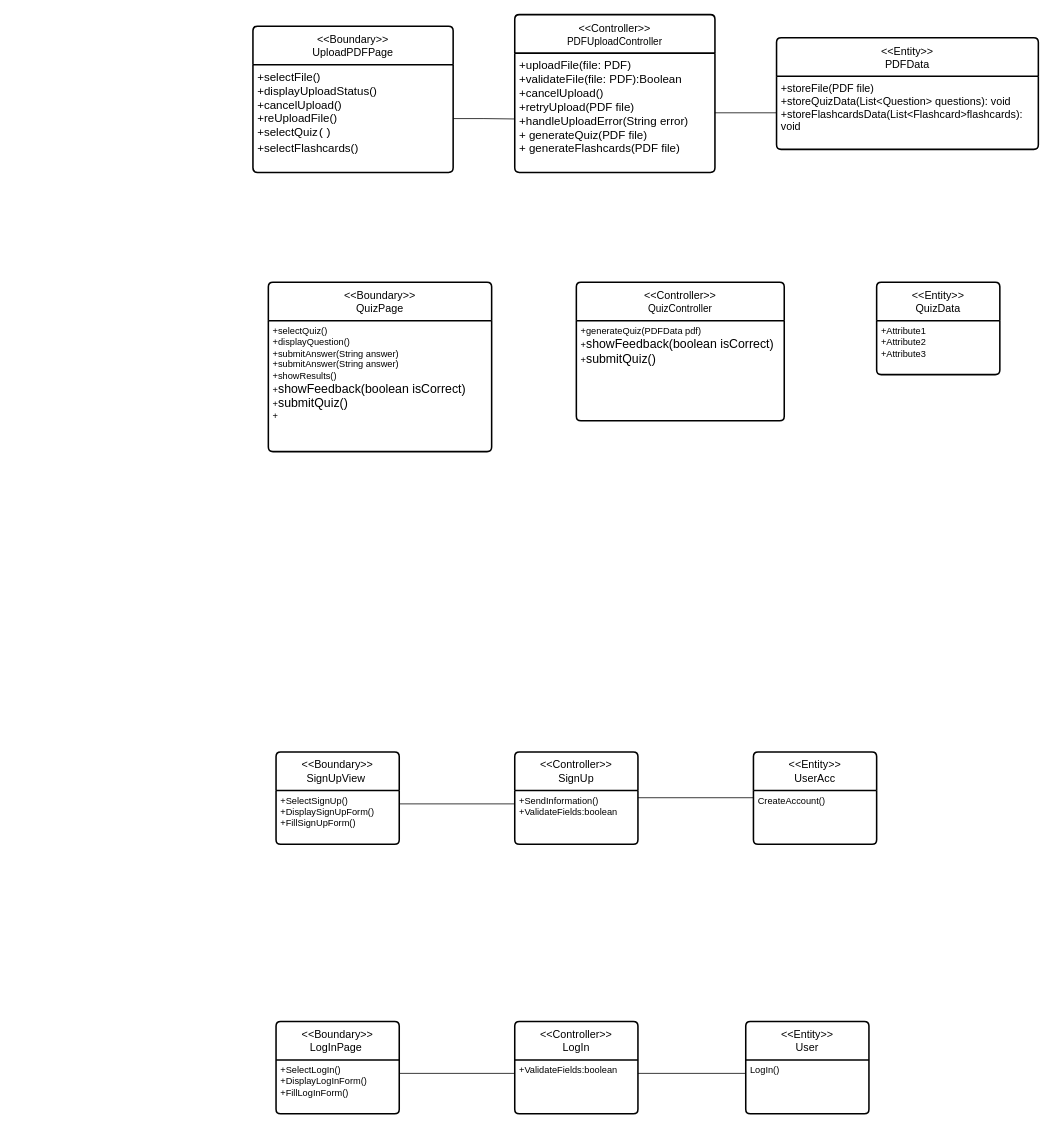
Above: analysis.drawio in RaghadQi1/ProFound (draw.io), before the change. Source tidied: cells renumbered, new cells numbered last; positions are measured from the earlier drawing's top-left corner, leaving out a move shared by most shapes. Both pictures are drawn from the tidied source at 77%, with x=0, y=0 at pixel (253, 14).
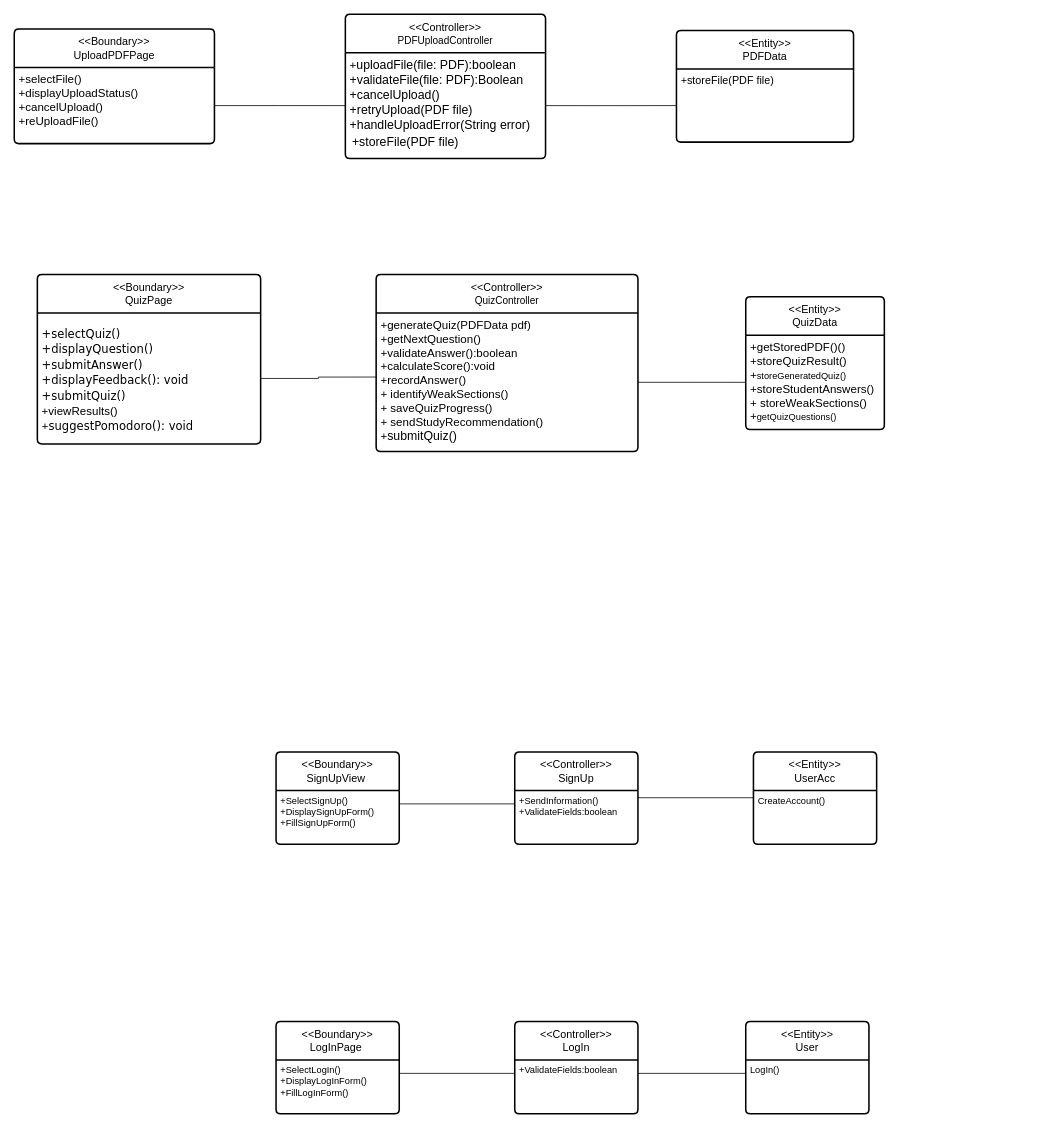
Above is the later version.

Change to the diagram source:
```diff
@@
     <mxCell id="2" value="&amp;lt;&amp;lt;Boundary&amp;gt;&amp;gt;&lt;div&gt;UploadPDFPage&lt;/div&gt;" style="swimlane;horizontal=1;startSize=50;rounded=1;fontSize=14;fontStyle=0;strokeWidth=2;shadow=0;align=center;arcSize=4;whiteSpace=wrap;html=1;" parent="1" vertex="1">
-      <mxGeometry y="15.5" width="260" height="190" as="geometry" />
+      <mxGeometry x="-310" y="19.2" width="260" height="148.8" as="geometry" />
     </mxCell>
-    <mxCell id="3" value="&lt;font style=&quot;font-size: 15px;&quot;&gt;+selectFile()&lt;br&gt;+displayUploadStatus()&lt;br&gt;+cancelUpload()&lt;/font&gt;&lt;div&gt;&lt;font style=&quot;font-size: 15px;&quot;&gt;+reUploadFile()&lt;br&gt;&lt;/font&gt;&lt;/div&gt;&lt;div&gt;&lt;font style=&quot;font-size: 15px;&quot;&gt;&lt;font&gt;+selectQuiz&lt;code&gt;()&lt;/code&gt;&lt;/font&gt;&lt;br&gt;&lt;/font&gt;&lt;/div&gt;&lt;div&gt;&lt;font style=&quot;font-size: 15px;&quot;&gt;+selectFlashcards()&lt;/font&gt;&lt;br&gt;&lt;/div&gt;&lt;div&gt;&lt;font style=&quot;font-size: 16px;&quot;&gt;&lt;code&gt;&lt;font face=&quot;Verdana&quot;&gt;&lt;br&gt;&lt;/font&gt;&lt;/code&gt;&lt;/font&gt;&lt;/div&gt;&lt;div&gt;&lt;font style=&quot;font-size: 16px;&quot;&gt;&lt;code&gt;&lt;br&gt;&lt;/code&gt;&lt;/font&gt;&lt;/div&gt;" style="align=left;strokeColor=none;fillColor=none;spacingLeft=4;spacingRight=4;fontSize=12;verticalAlign=top;html=1;whiteSpace=wrap;" parent="2" vertex="1">
-      <mxGeometry y="50" width="260" height="140" as="geometry" />
+    <mxCell id="3" value="&lt;font style=&quot;font-size: 15px;&quot;&gt;+selectFile()&lt;br&gt;+displayUploadStatus()&lt;br&gt;+cancelUpload()&lt;/font&gt;&lt;div&gt;&lt;font style=&quot;font-size: 15px;&quot;&gt;+reUploadFile()&lt;br&gt;&lt;/font&gt;&lt;/div&gt;&lt;div&gt;&lt;br&gt;&lt;/div&gt;&lt;div&gt;&lt;br&gt;&lt;/div&gt;&lt;div&gt;&lt;br&gt;&lt;/div&gt;&lt;div&gt;&lt;font style=&quot;font-size: 16px;&quot;&gt;&lt;code&gt;&lt;font face=&quot;Verdana&quot;&gt;&lt;br&gt;&lt;/font&gt;&lt;/code&gt;&lt;/font&gt;&lt;/div&gt;&lt;div&gt;&lt;font style=&quot;font-size: 16px;&quot;&gt;&lt;code&gt;&lt;br&gt;&lt;/code&gt;&lt;/font&gt;&lt;/div&gt;" style="align=left;strokeColor=none;fillColor=none;spacingLeft=4;spacingRight=4;fontSize=12;verticalAlign=top;html=1;whiteSpace=wrap;" parent="2" vertex="1">
+      <mxGeometry y="50" width="260" height="98.8" as="geometry" />
     </mxCell>
@@
+    <mxCell id="34" style="edgeStyle=orthogonalEdgeStyle;rounded=0;orthogonalLoop=1;jettySize=auto;html=1;exitX=0.5;exitY=1;exitDx=0;exitDy=0;" parent="2" edge="1" source="3" target="3">
+      <mxGeometry relative="1" as="geometry" />
+    </mxCell>
+    <mxCell id="35" style="edgeStyle=orthogonalEdgeStyle;rounded=0;orthogonalLoop=1;jettySize=auto;html=1;exitX=0.5;exitY=1;exitDx=0;exitDy=0;" parent="2" edge="1" source="3" target="3">
+      <mxGeometry relative="1" as="geometry" />
+    </mxCell>
     <mxCell id="5" value="&amp;lt;&amp;lt;Controller&amp;gt;&amp;gt;&lt;div&gt;&lt;span style=&quot;text-align: start;&quot;&gt;&lt;font style=&quot;font-size: 13px;&quot;&gt;PDFUploadController&lt;/font&gt;&lt;/span&gt;&lt;/div&gt;" style="swimlane;horizontal=1;startSize=50;rounded=1;fontSize=14;fontStyle=0;strokeWidth=2;shadow=0;dashed=0;align=center;arcSize=4;whiteSpace=wrap;html=1;" parent="1" vertex="1">
-      <mxGeometry x="340" y="0.5" width="260" height="205" as="geometry" />
+      <mxGeometry x="120" y="-0.1" width="260" height="187.5" as="geometry" />
     </mxCell>
-    <mxCell id="6" value="&lt;font style=&quot;font-size: 15px;&quot;&gt;&lt;font&gt;+uploadFile(file: PDF)&lt;/font&gt;&lt;br&gt;&lt;font&gt;+validateFile(file: PDF):Boolean&lt;/font&gt;&lt;br&gt;&lt;/font&gt;&lt;div&gt;&lt;font style=&quot;font-size: 15px;&quot;&gt;+cancelUpload()&lt;/font&gt;&lt;/div&gt;&lt;div&gt;&lt;font style=&quot;font-size: 15px;&quot;&gt;+retryUpload(PDF file)&lt;/font&gt;&lt;/div&gt;&lt;div&gt;&lt;font style=&quot;font-size: 15px;&quot;&gt;+handleUploadError(String error)&lt;/font&gt;&lt;/div&gt;&lt;div&gt;&lt;font style=&quot;font-size: 15px;&quot;&gt;+&amp;nbsp;generateQuiz(PDF file)&lt;/font&gt;&lt;/div&gt;&lt;div&gt;&lt;font style=&quot;font-size: 15px;&quot;&gt;+&amp;nbsp;generateFlashcards(PDF file)&lt;br&gt;&lt;/font&gt;&lt;div&gt;&lt;span style=&quot;font-size: medium;&quot;&gt;&lt;br&gt;&lt;/span&gt;&lt;/div&gt;&lt;/div&gt;" style="align=left;strokeColor=none;fillColor=none;spacingLeft=4;spacingRight=4;fontSize=12;verticalAlign=top;html=1;whiteSpace=wrap;" parent="5" vertex="1">
-      <mxGeometry y="50" width="260" height="155" as="geometry" />
+    <mxCell id="6" value="&lt;font&gt;&lt;font&gt;&lt;span style=&quot;font-size: 15px;&quot;&gt;+&lt;/span&gt;&lt;font style=&quot;font-size: 16px;&quot;&gt;uploadFile(file: PDF):boolean&lt;/font&gt;&lt;/font&gt;&lt;font style=&quot;font-size: 16px;&quot;&gt;&lt;br&gt;&lt;font&gt;+validateFile(file: PDF):Boolean&lt;/font&gt;&lt;br&gt;&lt;/font&gt;&lt;/font&gt;&lt;div&gt;&lt;font style=&quot;font-size: 16px;&quot;&gt;+cancelUpload()&lt;/font&gt;&lt;/div&gt;&lt;div&gt;&lt;font style=&quot;font-size: 16px;&quot;&gt;+retryUpload(PDF file)&lt;/font&gt;&lt;/div&gt;&lt;div&gt;&lt;font style=&quot;font-size: 16px;&quot;&gt;+handleUploadError(String error)&lt;/font&gt;&lt;/div&gt;&lt;table&gt;&lt;tbody&gt;&lt;tr&gt;&lt;td&gt;&lt;code&gt;&lt;font style=&quot;font-size: 16px;&quot; face=&quot;Helvetica&quot;&gt;+storeFile(PDF file)&lt;/font&gt;&lt;/code&gt;&lt;/td&gt;&lt;/tr&gt;&lt;/tbody&gt;&lt;/table&gt;&lt;div&gt;&lt;div&gt;&lt;span style=&quot;font-size: medium;&quot;&gt;&lt;br&gt;&lt;/span&gt;&lt;/div&gt;&lt;/div&gt;" style="align=left;strokeColor=none;fillColor=none;spacingLeft=4;spacingRight=4;fontSize=12;verticalAlign=top;html=1;whiteSpace=wrap;" parent="5" vertex="1">
+      <mxGeometry y="50" width="260" height="137.5" as="geometry" />
     </mxCell>
     <mxCell id="7" value="&amp;lt;&amp;lt;Entity&amp;gt;&amp;gt;&lt;div&gt;&lt;span style=&quot;text-align: start;&quot;&gt;PDFData&lt;/span&gt;&lt;/div&gt;" style="swimlane;horizontal=1;startSize=50;rounded=1;fontSize=14;fontStyle=0;strokeWidth=2;shadow=0;dashed=0;align=center;arcSize=4;whiteSpace=wrap;html=1;" parent="1" vertex="1">
-      <mxGeometry x="680" y="30.5" width="340" height="145" as="geometry" />
+      <mxGeometry x="550" y="21.1" width="230" height="145" as="geometry" />
     </mxCell>
-    <mxCell id="8" value="&lt;font style=&quot;font-size: 14px;&quot;&gt;+storeFile(PDF file)&lt;br&gt;+storeQuizData(List&amp;lt;Question&amp;gt; questions): void&lt;br&gt;+storeFlashcardsData(List&amp;lt;Flashcard&amp;gt;flashcards): void&lt;/font&gt;" style="align=left;strokeColor=none;fillColor=none;spacingLeft=4;spacingRight=4;fontSize=12;verticalAlign=top;html=1;whiteSpace=wrap;" parent="7" vertex="1">
-      <mxGeometry y="50" width="340" height="95" as="geometry" />
+    <mxCell id="8" value="&lt;font style=&quot;font-size: 14px;&quot;&gt;+storeFile(PDF file)&lt;br&gt;&lt;/font&gt;" style="align=left;strokeColor=none;fillColor=none;spacingLeft=4;spacingRight=4;fontSize=12;verticalAlign=top;html=1;whiteSpace=wrap;" parent="7" vertex="1">
+      <mxGeometry y="50" width="230" height="95" as="geometry" />
     </mxCell>
@@
+    <mxCell id="36" style="edgeStyle=orthogonalEdgeStyle;rounded=0;orthogonalLoop=1;jettySize=auto;html=1;exitX=0.5;exitY=1;exitDx=0;exitDy=0;" parent="7" edge="1" source="8" target="8">
+      <mxGeometry relative="1" as="geometry" />
+    </mxCell>
@@
-    <mxCell id="11" style="edgeStyle=orthogonalEdgeStyle;rounded=0;jettySize=auto;html=1;exitX=1;exitY=0.5;exitDx=0;exitDy=0;entryX=-0.001;entryY=0.534;entryDx=0;entryDy=0;entryPerimeter=0;endArrow=none;startFill=0;" parent="1" edge="1" source="3" target="6">
-      <mxGeometry relative="1" as="geometry">
-        <Array as="points">
-          <mxPoint x="300" y="136" />
-          <mxPoint x="340" y="136" />
-        </Array>
-      </mxGeometry>
-    </mxCell>
     <mxCell id="12" value="&amp;lt;&amp;lt;Boundary&amp;gt;&amp;gt;&lt;div&gt;QuizPage&lt;/div&gt;" style="swimlane;horizontal=1;startSize=50;rounded=1;fontSize=14;fontStyle=0;strokeWidth=2;shadow=0;dashed=0;align=center;arcSize=4;whiteSpace=wrap;html=1;" parent="1" vertex="1">
-      <mxGeometry x="20" y="348" width="290" height="220" as="geometry" />
+      <mxGeometry x="-280" y="338" width="290" height="220" as="geometry" />
     </mxCell>
-    <mxCell id="13" value="+selectQuiz()&lt;br&gt;+displayQuestion()&lt;br&gt;+submitAnswer(String answer)&lt;div&gt;+submitAnswer(String answer)&lt;/div&gt;&lt;div&gt;+showResults()&lt;/div&gt;+&lt;span style=&quot;font-size: medium;&quot;&gt;showFeedback(boolean isCorrect)&lt;/span&gt;&lt;br&gt;+&lt;span style=&quot;font-size: medium;&quot;&gt;submitQuiz()&lt;/span&gt;&lt;div&gt;+&lt;br&gt;&lt;div&gt;&lt;br&gt;&lt;/div&gt;&lt;/div&gt;" style="align=left;strokeColor=none;fillColor=none;spacingLeft=4;spacingRight=4;fontSize=12;verticalAlign=top;html=1;whiteSpace=wrap;" parent="12" vertex="1">
+    <mxCell id="13" value="&lt;pre&gt;&lt;font style=&quot;font-size: 15px;&quot;&gt;&lt;font face=&quot;Verdana&quot;&gt;+selectQuiz()&lt;br&gt;&lt;/font&gt;&lt;font face=&quot;Verdana&quot;&gt;+displayQuestion()&lt;br&gt;&lt;/font&gt;&lt;font face=&quot;Verdana&quot;&gt;&lt;font&gt;+submitAnswer()&lt;br&gt;&lt;/font&gt;&lt;/font&gt;&lt;font face=&quot;Verdana&quot;&gt;&lt;font&gt;+displayFeedback(): void&lt;br&gt;&lt;/font&gt;&lt;/font&gt;&lt;font face=&quot;Verdana&quot;&gt;&lt;font&gt;+submitQuiz()&lt;br&gt;&lt;/font&gt;&lt;/font&gt;&lt;code&gt;&lt;font face=&quot;Helvetica&quot;&gt;+viewResults()&lt;/font&gt;&lt;font face=&quot;Verdana&quot;&gt;&lt;br&gt;&lt;/font&gt;&lt;/code&gt;&lt;font face=&quot;Verdana&quot;&gt;&lt;code&gt;+&lt;/code&gt;suggestPomodoro(): void&lt;/font&gt;&lt;/font&gt;&lt;/pre&gt;&lt;div&gt;&lt;div&gt;&lt;div&gt;&lt;br&gt;&lt;/div&gt;&lt;/div&gt;&lt;/div&gt;" style="align=left;strokeColor=none;fillColor=none;spacingLeft=4;spacingRight=4;fontSize=12;verticalAlign=top;html=1;whiteSpace=wrap;" parent="12" vertex="1">
       <mxGeometry y="50" width="290" height="170" as="geometry" />
     </mxCell>
     <mxCell id="14" value="&amp;lt;&amp;lt;Controller&amp;gt;&amp;gt;&lt;div&gt;&lt;span style=&quot;text-align: start;&quot;&gt;&lt;font style=&quot;font-size: 13px;&quot;&gt;QuizController&lt;/font&gt;&lt;/span&gt;&lt;/div&gt;" style="swimlane;horizontal=1;startSize=50;rounded=1;fontSize=14;fontStyle=0;strokeWidth=2;shadow=0;dashed=0;align=center;arcSize=4;whiteSpace=wrap;html=1;" parent="1" vertex="1">
-      <mxGeometry x="420" y="348" width="270" height="180" as="geometry" />
+      <mxGeometry x="160" y="338" width="340" height="230" as="geometry" />
     </mxCell>
-    <mxCell id="15" value="+generateQuiz(PDFData pdf)&lt;br&gt;+&lt;span style=&quot;font-size: medium;&quot;&gt;showFeedback(boolean isCorrect)&lt;/span&gt;&lt;br&gt;+&lt;span style=&quot;font-size: medium;&quot;&gt;submitQuiz()&lt;/span&gt;" style="align=left;strokeColor=none;fillColor=none;spacingLeft=4;spacingRight=4;fontSize=12;verticalAlign=top;html=1;whiteSpace=wrap;" parent="14" vertex="1">
-      <mxGeometry y="50" width="270" height="130" as="geometry" />
+    <mxCell id="15" value="&lt;font style=&quot;font-size: 15px;&quot;&gt;+generateQuiz(PDFData pdf)&lt;/font&gt;&lt;div&gt;&lt;font style=&quot;font-size: 15px;&quot;&gt;+getNextQuestion()&lt;/font&gt;&lt;/div&gt;&lt;div&gt;&lt;font style=&quot;font-size: 15px;&quot;&gt;+validateAnswer():boolean&lt;/font&gt;&lt;/div&gt;&lt;div&gt;&lt;font style=&quot;font-size: 15px;&quot;&gt;+calculateScore():void&lt;/font&gt;&lt;/div&gt;&lt;div&gt;&lt;font style=&quot;font-size: 15px;&quot;&gt;+recordAnswer()&lt;/font&gt;&lt;/div&gt;&lt;div&gt;&lt;font style=&quot;font-size: 15px;&quot;&gt;+ identifyWeakSections()&lt;/font&gt;&lt;/div&gt;&lt;div&gt;&lt;font style=&quot;font-size: 15px;&quot;&gt;+ saveQuizProgress()&lt;/font&gt;&lt;/div&gt;&lt;div&gt;&lt;font style=&quot;font-size: 15px;&quot;&gt;+ sendStudyRecommendation()&lt;/font&gt;&lt;/div&gt;&lt;div&gt;&lt;font style=&quot;font-size: 15px;&quot;&gt;+&lt;/font&gt;&lt;span style=&quot;font-size: medium;&quot;&gt;submitQuiz()&lt;/span&gt;&lt;/div&gt;" style="align=left;strokeColor=none;fillColor=none;spacingLeft=4;spacingRight=4;fontSize=12;verticalAlign=top;html=1;whiteSpace=wrap;" parent="14" vertex="1">
+      <mxGeometry y="50" width="340" height="180" as="geometry" />
     </mxCell>
+    <mxCell id="37" style="edgeStyle=orthogonalEdgeStyle;rounded=0;orthogonalLoop=1;jettySize=auto;html=1;exitX=0.5;exitY=1;exitDx=0;exitDy=0;" parent="14" edge="1" source="15" target="15">
+      <mxGeometry relative="1" as="geometry" />
+    </mxCell>
     <mxCell id="16" value="&amp;lt;&amp;lt;Entity&amp;gt;&amp;gt;&lt;div&gt;&lt;span style=&quot;text-align: start;&quot;&gt;QuizData&lt;/span&gt;&lt;/div&gt;" style="swimlane;horizontal=1;startSize=50;rounded=1;fontSize=14;fontStyle=0;strokeWidth=2;shadow=0;dashed=0;align=center;arcSize=4;whiteSpace=wrap;html=1;" parent="1" vertex="1">
-      <mxGeometry x="810" y="348" width="160" height="120" as="geometry" />
+      <mxGeometry x="640" y="366.8" width="180" height="172.5" as="geometry" />
     </mxCell>
-    <mxCell id="17" value="+Attribute1&#10;+Attribute2&#10;+Attribute3" style="align=left;strokeColor=none;fillColor=none;spacingLeft=4;spacingRight=4;fontSize=12;verticalAlign=top;html=1;whiteSpace=wrap;" parent="16" vertex="1">
-      <mxGeometry y="50" width="160" height="70" as="geometry" />
+    <mxCell id="17" value="&lt;div&gt;&lt;font style=&quot;font-size: 15px;&quot;&gt;+getStoredPDF()()&lt;/font&gt;&lt;/div&gt;&lt;div&gt;&lt;font style=&quot;font-size: 15px;&quot;&gt;+storeQuizResult()&lt;/font&gt;&lt;/div&gt;&lt;div&gt;&lt;font style=&quot;font-size: 15px;&quot;&gt;+&lt;/font&gt;storeGeneratedQuiz()&lt;/div&gt;&lt;div&gt;&lt;font style=&quot;font-size: 15px;&quot;&gt;+storeStudentAnswers()&lt;/font&gt;&lt;/div&gt;&lt;div&gt;&lt;font style=&quot;font-size: 15px;&quot;&gt;+&amp;nbsp;&lt;font face=&quot;Helvetica&quot;&gt;storeWeakSections()&lt;/font&gt;&lt;/font&gt;&lt;/div&gt;&lt;div&gt;&lt;font style=&quot;font-size: 15px;&quot;&gt;&lt;font face=&quot;Helvetica&quot;&gt;+&lt;/font&gt;&lt;/font&gt;getQuizQuestions()&lt;/div&gt;" style="align=left;strokeColor=none;fillColor=none;spacingLeft=4;spacingRight=4;fontSize=12;verticalAlign=top;html=1;whiteSpace=wrap;" parent="16" vertex="1">
+      <mxGeometry y="50" width="180" height="122.5" as="geometry" />
     </mxCell>
@@
+    <mxCell id="11" style="edgeStyle=orthogonalEdgeStyle;rounded=0;jettySize=auto;html=1;exitX=1;exitY=0.5;exitDx=0;exitDy=0;entryX=0;entryY=0.5;entryDx=0;entryDy=0;endArrow=none;startFill=0;" parent="1" edge="1" source="3" target="6">
+      <mxGeometry relative="1" as="geometry" />
+    </mxCell>
+    <mxCell id="38" style="edgeStyle=orthogonalEdgeStyle;rounded=0;jettySize=auto;html=1;exitX=1;exitY=0.5;exitDx=0;exitDy=0;entryX=0;entryY=0.462;entryDx=0;entryDy=0;entryPerimeter=0;endArrow=none;startFill=0;" parent="1" edge="1" source="13" target="15">
+      <mxGeometry relative="1" as="geometry" />
+    </mxCell>
+    <mxCell id="39" style="edgeStyle=orthogonalEdgeStyle;rounded=0;jettySize=auto;html=1;exitX=1;exitY=0.5;exitDx=0;exitDy=0;entryX=0;entryY=0.5;entryDx=0;entryDy=0;endArrow=none;startFill=0;" parent="1" edge="1" source="15" target="17">
+      <mxGeometry relative="1" as="geometry" />
+    </mxCell>
```
